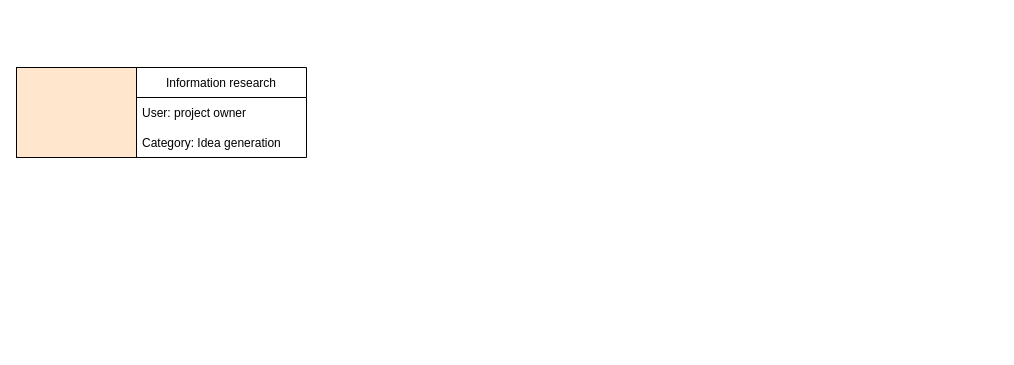
Earlier version of the draw.io diagram Describing the machining/Dataflow of user journey for wikifactory.drawio (amerezoji1362/drawio-github). Source tidied: cells renumbered, new cells numbered last; positions are measured from the earlier drawing's top-left corner, leaving out a move shared by most shapes. Both pictures are drawn from the tidied source at 100%, with x=0, y=0 at pixel (16, 67).
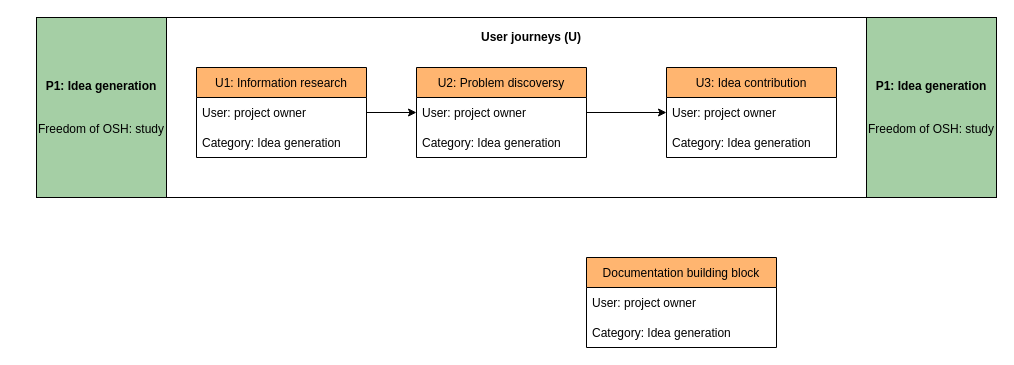
The same diagram, later.

The change refers to these unchanged cells:
```xml
<mxCell id="4" value="User: project owner" style="text;strokeColor=none;fillColor=none;align=left;verticalAlign=middle;spacingLeft=4;spacingRight=4;overflow=hidden;points=[[0,0.5],[1,0.5]];portConstraint=eastwest;" parent="3" vertex="1">
  <mxGeometry y="30" width="170" height="30" as="geometry" />
</mxCell>
```

Change to the diagram source:
```diff
@@
+    <mxCell id="6" style="rounded=0;whiteSpace=wrap;html=1;fillColor=#FFFFFF;" parent="1" vertex="1">
+      <mxGeometry x="150" y="-50" width="700" height="180" as="geometry" />
+    </mxCell>
-    <mxCell id="2" style="rounded=0;whiteSpace=wrap;html=1;fillColor=#FFE6CC;" parent="1" vertex="1">
-      <mxGeometry width="120" height="90" as="geometry" />
+    <mxCell id="2" value="&lt;div&gt;&lt;b&gt;P1: Idea generation&lt;/b&gt;&lt;/div&gt;&lt;div&gt;&lt;br&gt;&lt;/div&gt;&lt;div&gt;&lt;br&gt;&lt;/div&gt;&lt;div&gt;Freedom of OSH: study&lt;br&gt;&lt;/div&gt;" style="rounded=0;whiteSpace=wrap;html=1;fillColor=#A5CFA5;" parent="1" vertex="1">
+      <mxGeometry x="20" y="-50" width="130" height="180" as="geometry" />
     </mxCell>
-    <mxCell id="3" value="Information research" style="swimlane;fontStyle=0;horizontal=1;startSize=30;" parent="1" vertex="1">
-      <mxGeometry x="120" width="170" height="90" as="geometry" />
+    <mxCell id="3" value="U1: Information research" style="swimlane;fontStyle=0;horizontal=1;startSize=30;fillColor=#FFB570;" parent="1" vertex="1">
+      <mxGeometry x="180" width="170" height="90" as="geometry" />
     </mxCell>
@@
+    <mxCell id="7" style="edgeStyle=orthogonalEdgeStyle;rounded=0;jettySize=auto;html=1;" parent="1" edge="1" source="8" target="12">
+      <mxGeometry relative="1" as="geometry" />
+    </mxCell>
+    <mxCell id="8" value="U2: Problem discoversy" style="swimlane;fontStyle=0;horizontal=1;startSize=30;fillColor=#FFB570;" parent="1" vertex="1">
+      <mxGeometry x="400" width="170" height="90" as="geometry" />
+    </mxCell>
+    <mxCell id="9" value="User: project owner" style="text;strokeColor=none;fillColor=none;align=left;verticalAlign=middle;spacingLeft=4;spacingRight=4;overflow=hidden;" parent="8" vertex="1">
+      <mxGeometry y="30" width="170" height="30" as="geometry" />
+    </mxCell>
+    <mxCell id="10" value="Category: Idea generation" style="text;strokeColor=none;fillColor=none;align=left;verticalAlign=middle;spacingLeft=4;spacingRight=4;overflow=hidden;" parent="8" vertex="1">
+      <mxGeometry y="60" width="170" height="30" as="geometry" />
+    </mxCell>
+    <mxCell id="11" style="endArrow=classic;html=1;exitX=1;exitY=0.5;exitDx=0;exitDy=0;" parent="1" edge="1" source="4">
+      <mxGeometry relative="1" as="geometry">
+        <mxPoint x="400" y="45" as="targetPoint" />
+      </mxGeometry>
+    </mxCell>
+    <mxCell id="12" value="U3: Idea contribution" style="swimlane;fontStyle=0;horizontal=1;startSize=30;fillColor=#FFB570;" parent="1" vertex="1">
+      <mxGeometry x="650" width="170" height="90" as="geometry" />
+    </mxCell>
+    <mxCell id="13" value="User: project owner" style="text;strokeColor=none;fillColor=none;align=left;verticalAlign=middle;spacingLeft=4;spacingRight=4;overflow=hidden;" parent="12" vertex="1">
+      <mxGeometry y="30" width="170" height="30" as="geometry" />
+    </mxCell>
+    <mxCell id="14" value="Category: Idea generation" style="text;strokeColor=none;fillColor=none;align=left;verticalAlign=middle;spacingLeft=4;spacingRight=4;overflow=hidden;" parent="12" vertex="1">
+      <mxGeometry y="60" width="170" height="30" as="geometry" />
+    </mxCell>
+    <mxCell id="15" value="&lt;b&gt;User journeys (U) &lt;/b&gt;" style="text;html=1;strokeColor=none;fillColor=none;align=center;verticalAlign=middle;whiteSpace=wrap;rounded=0;shadow=1;" parent="1" vertex="1">
+      <mxGeometry x="450" y="-40" width="130" height="20" as="geometry" />
+    </mxCell>
+    <mxCell id="16" value="&lt;div&gt;&lt;b&gt;P1: Idea generation&lt;/b&gt;&lt;/div&gt;&lt;div&gt;&lt;br&gt;&lt;/div&gt;&lt;div&gt;&lt;br&gt;&lt;/div&gt;&lt;div&gt;Freedom of OSH: study&lt;br&gt;&lt;/div&gt;" style="rounded=0;whiteSpace=wrap;html=1;fillColor=#A5CFA5;" parent="1" vertex="1">
+      <mxGeometry x="850" y="-50" width="130" height="180" as="geometry" />
+    </mxCell>
+    <mxCell id="17" value="Documentation building block" style="swimlane;fontStyle=0;horizontal=1;startSize=30;fillColor=#FFB570;" parent="1" vertex="1">
+      <mxGeometry x="570" y="190" width="190" height="90" as="geometry" />
+    </mxCell>
+    <mxCell id="18" value="User: project owner" style="text;strokeColor=none;fillColor=none;align=left;verticalAlign=middle;spacingLeft=4;spacingRight=4;overflow=hidden;" parent="17" vertex="1">
+      <mxGeometry y="30" width="190" height="30" as="geometry" />
+    </mxCell>
+    <mxCell id="19" value="Category: Idea generation" style="text;strokeColor=none;fillColor=none;align=left;verticalAlign=middle;spacingLeft=4;spacingRight=4;overflow=hidden;" parent="17" vertex="1">
+      <mxGeometry y="60" width="190" height="30" as="geometry" />
+    </mxCell>
```
